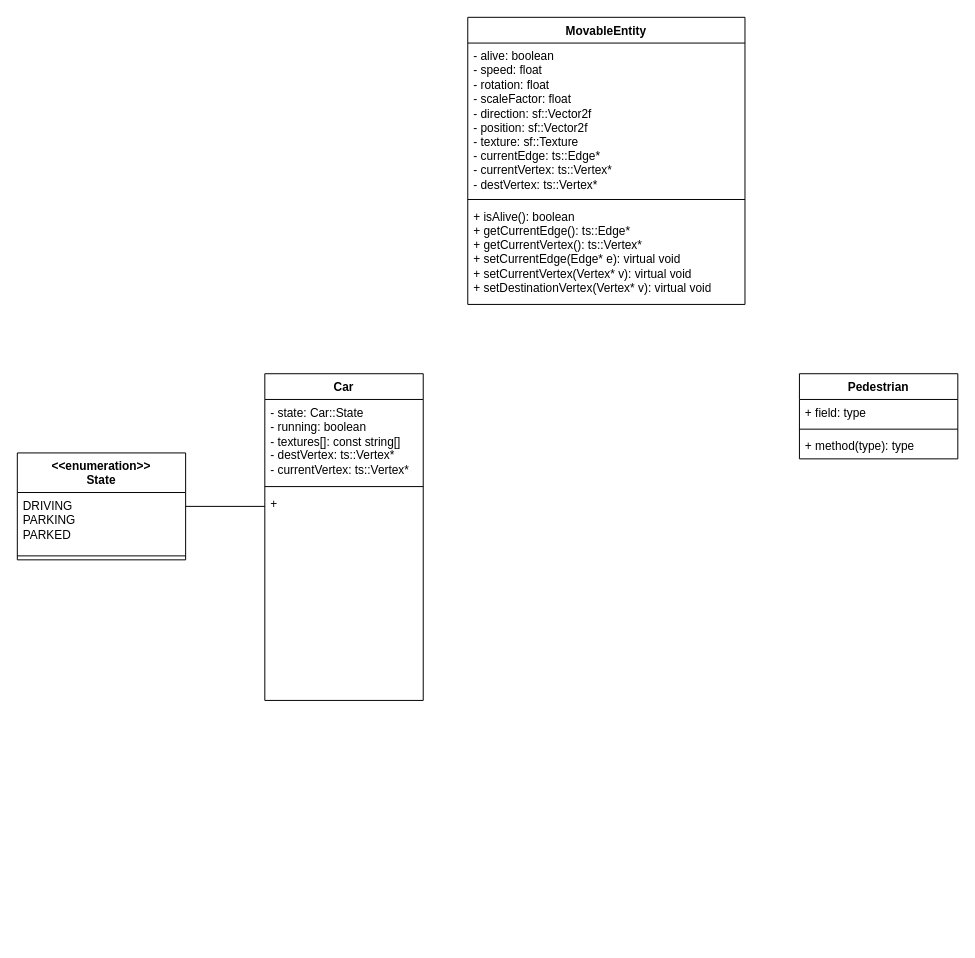
Above: page "MovableEntity" (1 of 4) of docs/diagrams/classes.drawio in PiersenS/TrafficSimulator (draw.io), before the change. Source tidied: cells renumbered, new cells numbered last; positions are measured from the earlier drawing's top-left corner, leaving out a move shared by most shapes. Both pictures are drawn from the tidied source at 99%, with x=0, y=0 at pixel (17, 17).
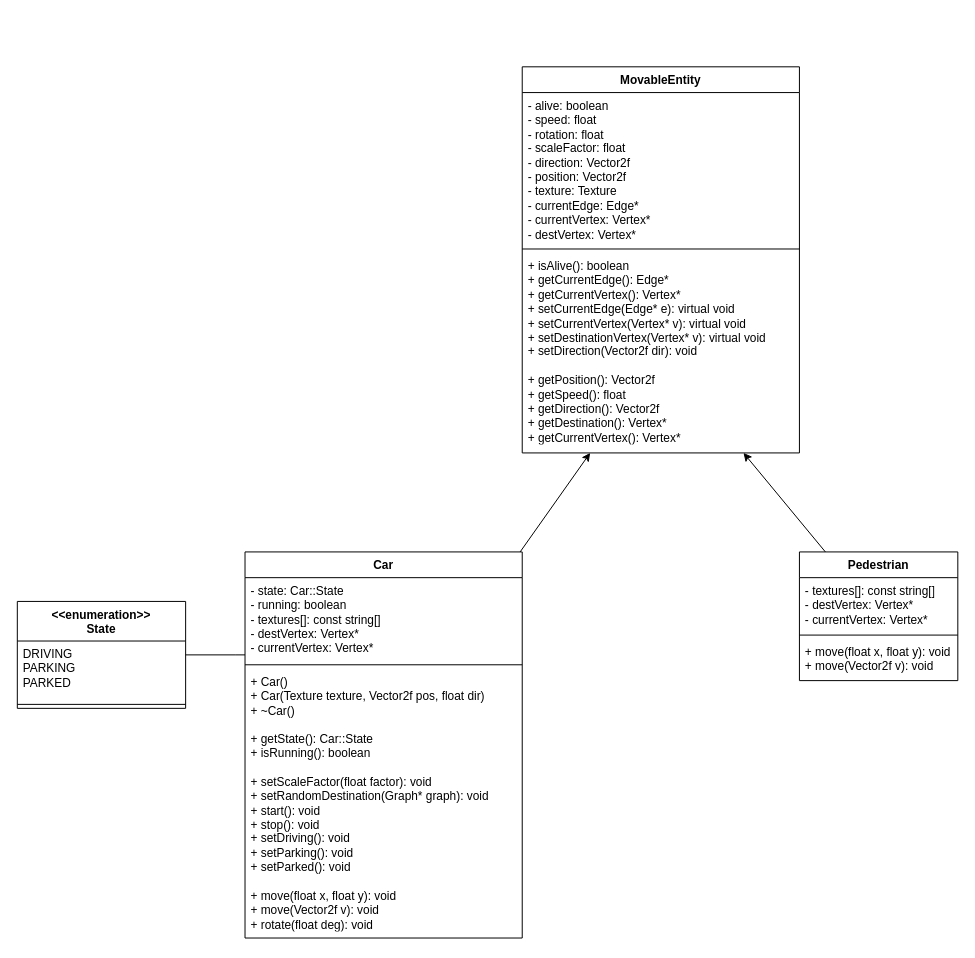
After the change.

The edit, as a diff of the source:
```diff
@@
     <mxCell id="2" value="MovableEntity" style="swimlane;fontStyle=1;align=center;verticalAlign=top;horizontal=1;startSize=26;whiteSpace=wrap;html=1;" parent="1" vertex="1">
-      <mxGeometry x="455" width="280" height="290" as="geometry" />
+      <mxGeometry x="510" y="50" width="280" height="390" as="geometry" />
     </mxCell>
-    <mxCell id="3" value="- alive: boolean&lt;div&gt;- speed: float&lt;/div&gt;&lt;div&gt;- rotation: float&lt;/div&gt;&lt;div&gt;- scaleFactor: float&lt;/div&gt;&lt;div&gt;- direction: sf::Vector2f&lt;/div&gt;&lt;div&gt;- position: sf::Vector2f&lt;/div&gt;&lt;div&gt;- texture: sf::Texture&lt;/div&gt;&lt;div&gt;- currentEdge: ts::Edge*&lt;/div&gt;&lt;div&gt;- currentVertex: ts::Vertex*&lt;/div&gt;&lt;div&gt;- destVertex: ts::Vertex*&lt;/div&gt;" style="text;strokeColor=none;fillColor=none;align=left;verticalAlign=top;spacingLeft=4;spacingRight=4;overflow=hidden;whiteSpace=wrap;html=1;" parent="2" vertex="1">
+    <mxCell id="3" value="- alive: boolean&lt;div&gt;- speed: float&lt;/div&gt;&lt;div&gt;- rotation: float&lt;/div&gt;&lt;div&gt;- scaleFactor: float&lt;/div&gt;&lt;div&gt;- direction: Vector2f&lt;/div&gt;&lt;div&gt;- position: Vector2f&lt;/div&gt;&lt;div&gt;- texture: Texture&lt;/div&gt;&lt;div&gt;- currentEdge: Edge*&lt;/div&gt;&lt;div&gt;- currentVertex: Vertex*&lt;/div&gt;&lt;div&gt;- destVertex: Vertex*&lt;/div&gt;" style="text;strokeColor=none;fillColor=none;align=left;verticalAlign=top;spacingLeft=4;spacingRight=4;overflow=hidden;whiteSpace=wrap;html=1;" parent="2" vertex="1">
       <mxGeometry y="26" width="280" height="154" as="geometry" />
     </mxCell>
@@
-    <mxCell id="5" value="+ isAlive(): boolean&lt;div&gt;+ getCurrentEdge(): ts::Edge*&lt;/div&gt;&lt;div&gt;+ getCurrentVertex(): ts::Vertex*&lt;/div&gt;&lt;div&gt;+ setCurrentEdge(Edge* e): virtual void&lt;/div&gt;&lt;div&gt;+ setCurrentVertex(Vertex* v): virtual void&lt;/div&gt;&lt;div&gt;+ setDestinationVertex(Vertex* v): virtual void&lt;/div&gt;" style="text;strokeColor=none;fillColor=none;align=left;verticalAlign=top;spacingLeft=4;spacingRight=4;overflow=hidden;points=[[0,0.5],[1,0.5]];portConstraint=eastwest;whiteSpace=wrap;html=1;" parent="2" vertex="1">
-      <mxGeometry y="188" width="280" height="102" as="geometry" />
+    <mxCell id="5" value="+ isAlive(): boolean&lt;div&gt;+ getCurrentEdge(): Edge*&lt;/div&gt;&lt;div&gt;+ getCurrentVertex(): Vertex*&lt;/div&gt;&lt;div&gt;+ setCurrentEdge(Edge* e): virtual void&lt;/div&gt;&lt;div&gt;+ setCurrentVertex(Vertex* v): virtual void&lt;/div&gt;&lt;div&gt;+ setDestinationVertex(Vertex* v): virtual void&lt;/div&gt;&lt;div&gt;+ setDirection(Vector2f dir): void&lt;/div&gt;&lt;div&gt;&lt;br&gt;&lt;/div&gt;&lt;div&gt;&lt;div&gt;+ getPosition(): Vector2f&lt;/div&gt;&lt;div&gt;+ getSpeed(): float&lt;/div&gt;&lt;div&gt;+ getDirection(): Vector2f&lt;/div&gt;&lt;div&gt;+ getDestination(): Vertex*&lt;/div&gt;&lt;div&gt;+ getCurrentVertex(): Vertex*&lt;/div&gt;&lt;/div&gt;" style="text;strokeColor=none;fillColor=none;align=left;verticalAlign=top;spacingLeft=4;spacingRight=4;overflow=hidden;points=[[0,0.5],[1,0.5]];portConstraint=eastwest;whiteSpace=wrap;html=1;" parent="2" vertex="1">
+      <mxGeometry y="188" width="280" height="202" as="geometry" />
     </mxCell>
     <mxCell id="6" style="edgeStyle=orthogonalEdgeStyle;rounded=0;jettySize=auto;html=1;endArrow=none;startFill=0;" parent="1" edge="1" source="7" target="15">
       <mxGeometry relative="1" as="geometry">
         <Array as="points">
-          <mxPoint x="230" y="494" />
-          <mxPoint x="230" y="494" />
+          <mxPoint x="220" y="644" />
+          <mxPoint x="220" y="644" />
         </Array>
       </mxGeometry>
     </mxCell>
+    <mxCell id="18" style="rounded=0;jettySize=auto;html=1;" parent="1" edge="1" source="7" target="5">
+      <mxGeometry relative="1" as="geometry" />
+    </mxCell>
     <mxCell id="7" value="Car" style="swimlane;fontStyle=1;align=center;verticalAlign=top;horizontal=1;startSize=26;whiteSpace=wrap;html=1;" parent="1" vertex="1">
-      <mxGeometry x="250" y="360" width="160" height="330" as="geometry" />
+      <mxGeometry x="230" y="540" width="280" height="390" as="geometry" />
     </mxCell>
-    <mxCell id="8" value="- state: Car::State&lt;div&gt;- running: boolean&lt;/div&gt;&lt;div&gt;- textures[]: const string[]&lt;/div&gt;&lt;div&gt;- destVertex: ts::Vertex*&lt;/div&gt;&lt;div&gt;- currentVertex: ts::Vertex*&lt;/div&gt;" style="text;strokeColor=none;fillColor=none;align=left;verticalAlign=top;spacingLeft=4;spacingRight=4;overflow=hidden;whiteSpace=wrap;html=1;" parent="7" vertex="1">
-      <mxGeometry y="26" width="160" height="84" as="geometry" />
+    <mxCell id="8" value="- state: Car::State&lt;div&gt;- running: boolean&lt;/div&gt;&lt;div&gt;- textures[]: const string[]&lt;/div&gt;&lt;div&gt;- destVertex: Vertex*&lt;/div&gt;&lt;div&gt;- currentVertex: Vertex*&lt;/div&gt;" style="text;strokeColor=none;fillColor=none;align=left;verticalAlign=top;spacingLeft=4;spacingRight=4;overflow=hidden;whiteSpace=wrap;html=1;" parent="7" vertex="1">
+      <mxGeometry y="26" width="280" height="84" as="geometry" />
     </mxCell>
     <mxCell id="9" style="line;strokeWidth=1;fillColor=none;align=left;verticalAlign=middle;spacingTop=-1;spacingLeft=3;spacingRight=3;labelPosition=right;strokeColor=inherit;" parent="7" vertex="1">
-      <mxGeometry y="110" width="160" height="8" as="geometry" />
+      <mxGeometry y="110" width="280" height="8" as="geometry" />
     </mxCell>
-    <mxCell id="10" value="+&amp;nbsp;" style="text;strokeColor=none;fillColor=none;align=left;verticalAlign=top;spacingLeft=4;spacingRight=4;overflow=hidden;whiteSpace=wrap;html=1;" parent="7" vertex="1">
-      <mxGeometry y="118" width="160" height="212" as="geometry" />
+    <mxCell id="10" value="+ Car()&lt;div&gt;+ Car(Texture texture, Vector2f pos, float dir)&lt;/div&gt;&lt;div&gt;+ ~Car()&lt;/div&gt;&lt;div&gt;&lt;br&gt;&lt;/div&gt;&lt;div&gt;+ getState(): Car::State&lt;/div&gt;&lt;div&gt;+ isRunning(): boolean&lt;/div&gt;&lt;div&gt;&lt;br&gt;&lt;/div&gt;&lt;div&gt;+ setScaleFactor(float factor): void&lt;/div&gt;&lt;div&gt;+ setRandomDestination(Graph* graph): void&lt;/div&gt;&lt;div&gt;+ start(): void&lt;/div&gt;&lt;div&gt;+ stop(): void&lt;/div&gt;&lt;div&gt;+ setDriving(): void&lt;/div&gt;&lt;div&gt;+ setParking(): void&lt;/div&gt;&lt;div&gt;+ setParked(): void&lt;/div&gt;&lt;div&gt;&lt;br&gt;&lt;/div&gt;&lt;div&gt;+ move(float x, float y): void&lt;/div&gt;&lt;div&gt;+ move(Vector2f v): void&lt;/div&gt;&lt;div&gt;+ rotate(float deg): void&lt;/div&gt;" style="text;strokeColor=none;fillColor=none;align=left;verticalAlign=top;spacingLeft=4;spacingRight=4;overflow=hidden;whiteSpace=wrap;html=1;" parent="7" vertex="1">
+      <mxGeometry y="118" width="280" height="272" as="geometry" />
     </mxCell>
+    <mxCell id="19" style="rounded=0;jettySize=auto;html=1;" parent="1" edge="1" source="11" target="5">
+      <mxGeometry relative="1" as="geometry" />
+    </mxCell>
     <mxCell id="11" value="Pedestrian" style="swimlane;fontStyle=1;align=center;verticalAlign=top;horizontal=1;startSize=26;whiteSpace=wrap;html=1;" parent="1" vertex="1">
-      <mxGeometry x="790" y="360" width="160" height="86" as="geometry" />
+      <mxGeometry x="790" y="540" width="160" height="130" as="geometry" />
     </mxCell>
-    <mxCell id="12" value="+ field: type" style="text;strokeColor=none;fillColor=none;align=left;verticalAlign=top;spacingLeft=4;spacingRight=4;overflow=hidden;whiteSpace=wrap;html=1;" parent="11" vertex="1">
-      <mxGeometry y="26" width="160" height="26" as="geometry" />
+    <mxCell id="12" value="- textures[]: const string[]&lt;div&gt;- destVertex: Vertex*&lt;/div&gt;&lt;div&gt;- currentVertex: Vertex*&lt;/div&gt;" style="text;strokeColor=none;fillColor=none;align=left;verticalAlign=top;spacingLeft=4;spacingRight=4;overflow=hidden;whiteSpace=wrap;html=1;" parent="11" vertex="1">
+      <mxGeometry y="26" width="160" height="54" as="geometry" />
     </mxCell>
     <mxCell id="13" style="line;strokeWidth=1;fillColor=none;align=left;verticalAlign=middle;spacingTop=-1;spacingLeft=3;spacingRight=3;labelPosition=right;strokeColor=inherit;" parent="11" vertex="1">
-      <mxGeometry y="52" width="160" height="8" as="geometry" />
+      <mxGeometry y="80" width="160" height="8" as="geometry" />
     </mxCell>
-    <mxCell id="14" value="+ method(type): type" style="text;strokeColor=none;fillColor=none;align=left;verticalAlign=top;spacingLeft=4;spacingRight=4;overflow=hidden;whiteSpace=wrap;html=1;" parent="11" vertex="1">
-      <mxGeometry y="60" width="160" height="26" as="geometry" />
+    <mxCell id="14" value="+ move(float x, float y): void&lt;div&gt;+ move(Vector2f v): void&lt;/div&gt;" style="text;strokeColor=none;fillColor=none;align=left;verticalAlign=top;spacingLeft=4;spacingRight=4;overflow=hidden;whiteSpace=wrap;html=1;" parent="11" vertex="1">
+      <mxGeometry y="88" width="160" height="42" as="geometry" />
     </mxCell>
     <mxCell id="15" value="&lt;div&gt;&amp;lt;&amp;lt;enumeration&amp;gt;&amp;gt;&lt;/div&gt;State" style="swimlane;fontStyle=1;align=center;verticalAlign=top;horizontal=1;startSize=40;whiteSpace=wrap;html=1;" parent="1" vertex="1">
-      <mxGeometry y="440" width="170" height="108" as="geometry" />
+      <mxGeometry y="590" width="170" height="108" as="geometry" />
     </mxCell>
```
